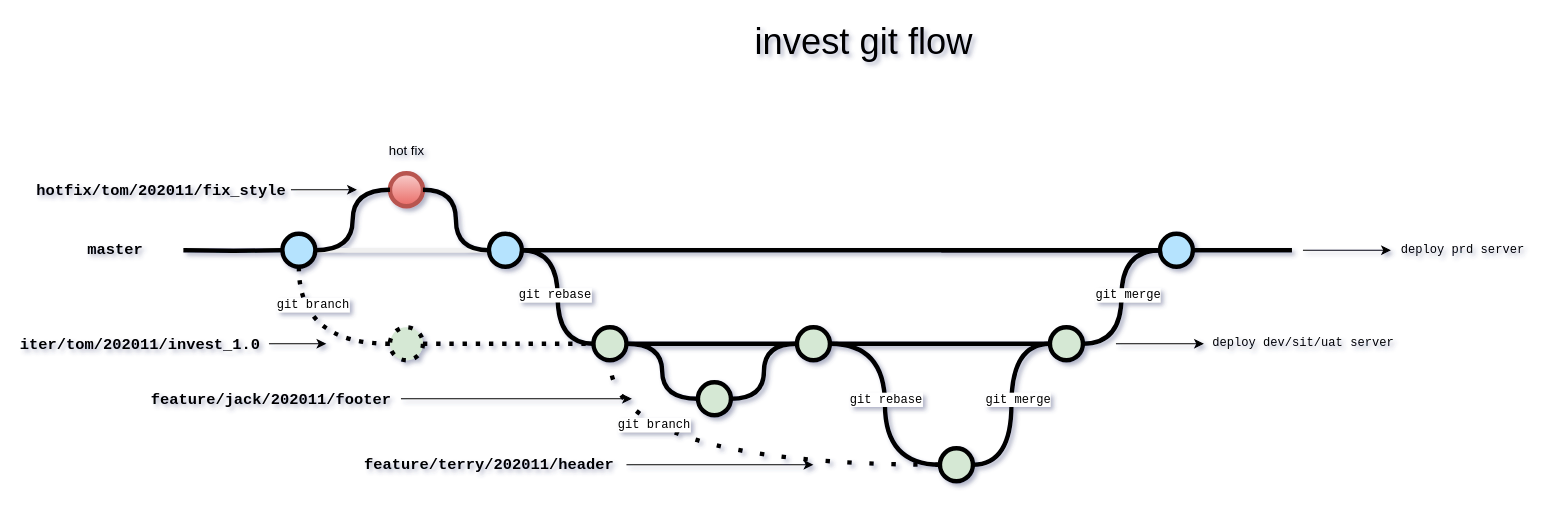
The draw.io diagram source/_drafts/invest-web-dev-flow/invest_git_flow.drawio in EvanHongYousan/blog, before the edit. Source tidied: cells renumbered, new cells numbered last; positions are measured from the earlier drawing's top-left corner, leaving out a move shared by most shapes. Both pictures are drawn from the tidied source at 110%, with x=0, y=0 at pixel (18, 19).
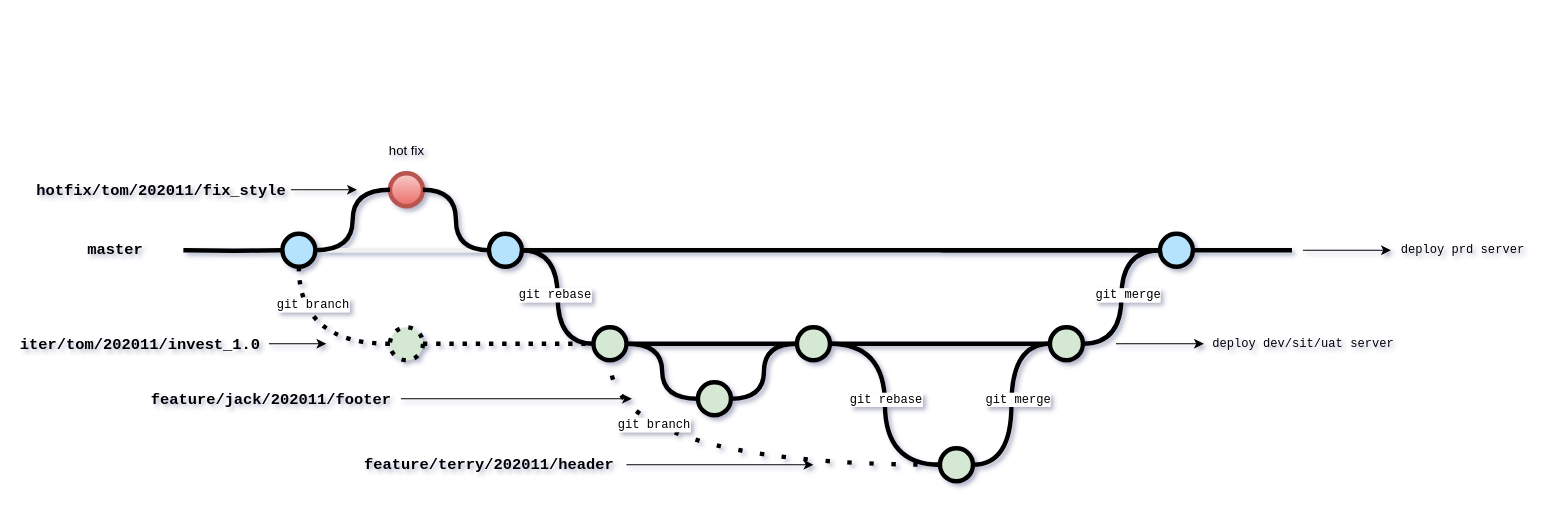
Above is the later version.

Commit message (it also covers changes not shown here):
update invest web dev flow

The edit, as a diff of the source:
```diff
@@
-    <mxCell id="20" value="invest git flow" style="text;html=1;strokeColor=none;fillColor=none;align=center;verticalAlign=middle;whiteSpace=wrap;rounded=0;fontSize=33;fontColor=#000000;" parent="1" vertex="1">
-      <mxGeometry x="500" width="538" height="40" as="geometry" />
-    </mxCell>
```
